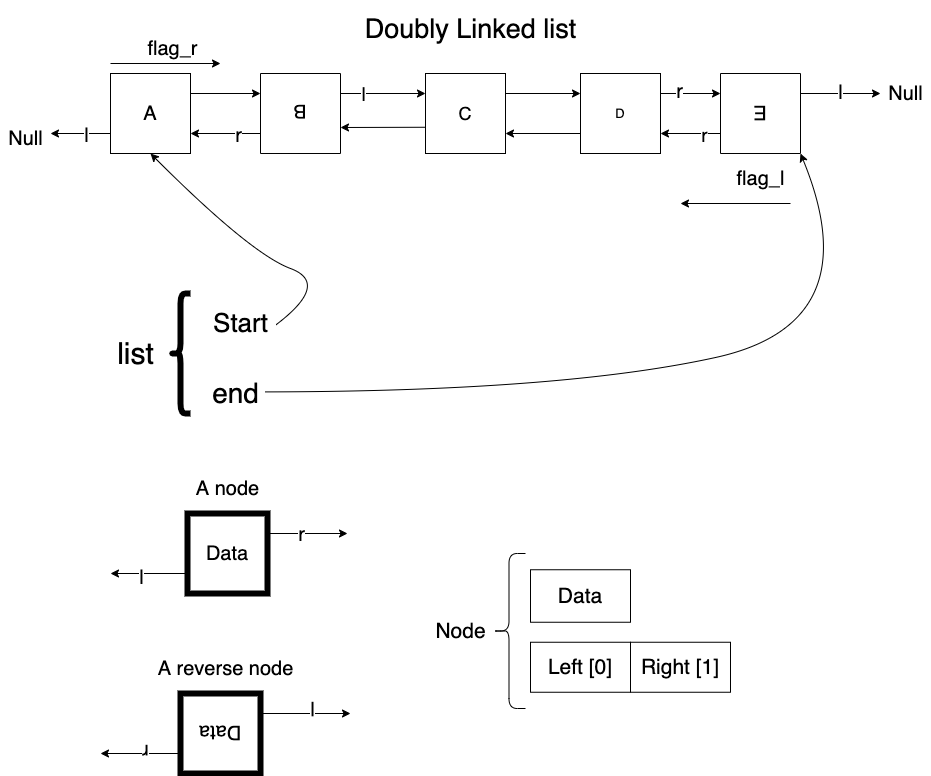
Above: img/Plan.png in stevengogogo/DSA-WastonAbili (draw.io), before the change. Source tidied: cells renumbered, new cells last; positions are measured from the earlier drawing's top-left corner, leaving out a move shared by most shapes. Source of this version:
```xml
<mxGraphModel>
  <root>
    <mxCell id="0" />
    <mxCell id="1" parent="0" />
    <mxCell id="2" value="B" style="whiteSpace=wrap;html=1;rotation=-180;fontSize=19;" parent="1" vertex="1">
      <mxGeometry x="260" y="70" width="80" height="80" as="geometry" />
    </mxCell>
    <mxCell id="3" value="Doubly Linked list" style="text;html=1;align=center;verticalAlign=middle;strokeWidth=6;spacing=4;fontSize=27;" parent="1" vertex="1">
      <mxGeometry x="350" width="240" height="50" as="geometry" />
    </mxCell>
    <mxCell id="4" value="C" style="whiteSpace=wrap;html=1;fontSize=18;" parent="1" vertex="1">
      <mxGeometry x="425" y="70" width="80" height="80" as="geometry" />
    </mxCell>
    <mxCell id="5" value="D" style="whiteSpace=wrap;html=1;fontSize=13;" parent="1" vertex="1">
      <mxGeometry x="580" y="70" width="80" height="80" as="geometry" />
    </mxCell>
    <mxCell id="6" style="endArrow=classic;html=1;exitX=1;exitY=0.25;exitDx=0;exitDy=0;entryX=0;entryY=0.25;entryDx=0;entryDy=0;" parent="1" edge="1" source="4" target="5">
      <mxGeometry relative="1" as="geometry" />
    </mxCell>
    <mxCell id="7" style="endArrow=classic;html=1;entryX=1;entryY=0.75;entryDx=0;entryDy=0;exitX=0;exitY=0.75;exitDx=0;exitDy=0;" parent="1" edge="1" source="5" target="4">
      <mxGeometry relative="1" as="geometry" />
    </mxCell>
    <mxCell id="8" style="endArrow=classic;html=1;entryX=0;entryY=0.25;entryDx=0;entryDy=0;exitX=0;exitY=0.75;exitDx=0;exitDy=0;" parent="1" edge="1" source="2" target="4">
      <mxGeometry relative="1" as="geometry" />
    </mxCell>
    <mxCell id="9" value="l" style="edgeLabel;html=1;align=center;verticalAlign=middle;fontSize=19;" parent="8" vertex="1">
      <mxGeometry x="-0.47" y="1" relative="1" as="geometry" />
    </mxCell>
    <mxCell id="10" style="endArrow=classic;html=1;exitX=-0.003;exitY=0.672;exitDx=0;exitDy=0;exitPerimeter=0;" parent="1" edge="1" source="4">
      <mxGeometry relative="1" as="geometry">
        <mxPoint x="340" y="124" as="targetPoint" />
      </mxGeometry>
    </mxCell>
    <mxCell id="11" value="A" style="whiteSpace=wrap;html=1;fontSize=20;" parent="1" vertex="1">
      <mxGeometry x="110" y="70" width="80" height="80" as="geometry" />
    </mxCell>
    <mxCell id="12" value="&lt;font style=&quot;font-size: 20px&quot;&gt;E&lt;/font&gt;" style="whiteSpace=wrap;html=1;fontSize=20;rotation=-180;" parent="1" vertex="1">
      <mxGeometry x="720" y="70" width="80" height="80" as="geometry" />
    </mxCell>
    <mxCell id="13" style="endArrow=classic;html=1;fontSize=20;exitX=1;exitY=0.25;exitDx=0;exitDy=0;entryX=1;entryY=0.75;entryDx=0;entryDy=0;" parent="1" edge="1" source="11" target="2">
      <mxGeometry relative="1" as="geometry" />
    </mxCell>
    <mxCell id="14" style="endArrow=classic;html=1;fontSize=20;entryX=1;entryY=0.75;entryDx=0;entryDy=0;exitX=1;exitY=0.25;exitDx=0;exitDy=0;" parent="1" edge="1" source="2" target="11">
      <mxGeometry relative="1" as="geometry" />
    </mxCell>
    <mxCell id="15" value="r" style="edgeLabel;html=1;align=center;verticalAlign=middle;fontSize=20;" parent="14" vertex="1">
      <mxGeometry x="-0.34" y="1" relative="1" as="geometry" />
    </mxCell>
    <mxCell id="16" style="endArrow=classic;html=1;fontSize=20;exitX=1;exitY=0.25;exitDx=0;exitDy=0;entryX=1;entryY=0.75;entryDx=0;entryDy=0;" parent="1" edge="1" source="5" target="12">
      <mxGeometry relative="1" as="geometry" />
    </mxCell>
    <mxCell id="17" value="r" style="edgeLabel;html=1;align=center;verticalAlign=middle;fontSize=20;" parent="16" vertex="1">
      <mxGeometry x="-0.39" y="3" relative="1" as="geometry" />
    </mxCell>
    <mxCell id="18" style="endArrow=classic;html=1;fontSize=20;entryX=1;entryY=0.75;entryDx=0;entryDy=0;exitX=1;exitY=0.25;exitDx=0;exitDy=0;" parent="1" edge="1" source="12" target="5">
      <mxGeometry relative="1" as="geometry" />
    </mxCell>
    <mxCell id="19" value="r" style="edgeLabel;html=1;align=center;verticalAlign=middle;fontSize=19;" parent="18" vertex="1">
      <mxGeometry x="-0.45" relative="1" as="geometry" />
    </mxCell>
    <mxCell id="20" style="endArrow=classic;html=1;fontSize=20;exitX=0;exitY=0.75;exitDx=0;exitDy=0;" parent="1" edge="1" source="11">
      <mxGeometry relative="1" as="geometry">
        <mxPoint x="50" y="130" as="targetPoint" />
      </mxGeometry>
    </mxCell>
    <mxCell id="21" value="l" style="edgeLabel;html=1;align=center;verticalAlign=middle;fontSize=20;" parent="20" vertex="1">
      <mxGeometry x="-0.16" y="1" relative="1" as="geometry" />
    </mxCell>
    <mxCell id="22" style="endArrow=classic;html=1;fontSize=20;exitX=0;exitY=0.75;exitDx=0;exitDy=0;" parent="1" edge="1" source="12">
      <mxGeometry relative="1" as="geometry">
        <mxPoint x="880" y="90" as="targetPoint" />
      </mxGeometry>
    </mxCell>
    <mxCell id="23" value="l" style="edgeLabel;html=1;align=center;verticalAlign=middle;fontSize=20;" parent="22" vertex="1">
      <mxGeometry x="-0.03" y="2" relative="1" as="geometry" />
    </mxCell>
    <mxCell id="24" value="Null" style="text;html=1;align=center;verticalAlign=middle;fontSize=20;" parent="1" vertex="1">
      <mxGeometry x="880" y="75" width="50" height="30" as="geometry" />
    </mxCell>
    <mxCell id="25" value="Null" style="text;html=1;align=center;verticalAlign=middle;fontSize=20;" parent="1" vertex="1">
      <mxGeometry y="120" width="50" height="30" as="geometry" />
    </mxCell>
    <mxCell id="26" value="flag_r" style="text;html=1;align=center;verticalAlign=middle;fontSize=20;" parent="1" vertex="1">
      <mxGeometry x="137" y="30" width="70" height="30" as="geometry" />
    </mxCell>
    <mxCell id="27" value="list" style="text;html=1;align=center;verticalAlign=middle;fontSize=30;" parent="1" vertex="1">
      <mxGeometry x="110" y="330" width="50" height="40" as="geometry" />
    </mxCell>
    <mxCell id="28" style="endArrow=classic;html=1;fontSize=30;" parent="1" edge="1">
      <mxGeometry relative="1" as="geometry">
        <mxPoint x="110" y="60" as="sourcePoint" />
        <mxPoint x="220" y="60" as="targetPoint" />
      </mxGeometry>
    </mxCell>
    <mxCell id="29" value="flag_l" style="text;html=1;align=center;verticalAlign=middle;fontSize=20;" parent="1" vertex="1">
      <mxGeometry x="730" y="160" width="60" height="30" as="geometry" />
    </mxCell>
    <mxCell id="30" style="endArrow=classic;html=1;fontSize=30;" parent="1" edge="1">
      <mxGeometry relative="1" as="geometry">
        <mxPoint x="790" y="200" as="sourcePoint" />
        <mxPoint x="680" y="200" as="targetPoint" />
      </mxGeometry>
    </mxCell>
    <mxCell id="31" style="shape=curlyBracket;whiteSpace=wrap;html=1;rounded=1;strokeWidth=6;fontSize=30;" parent="1" vertex="1">
      <mxGeometry x="170" y="290" width="20" height="120" as="geometry" />
    </mxCell>
    <mxCell id="32" value="Start" style="text;html=1;align=center;verticalAlign=middle;points=[];fontSize=26;" parent="1" vertex="1">
      <mxGeometry x="205" y="300" width="70" height="40" as="geometry" />
    </mxCell>
    <mxCell id="33" value="end" style="text;html=1;align=center;verticalAlign=middle;points=[];fontSize=28;" parent="1" vertex="1">
      <mxGeometry x="205" y="370" width="60" height="40" as="geometry" />
    </mxCell>
    <mxCell id="34" style="curved=1;endArrow=classic;html=1;fontSize=30;exitX=1.005;exitY=0.535;exitDx=0;exitDy=0;exitPerimeter=0;entryX=0.5;entryY=1;entryDx=0;entryDy=0;" parent="1" edge="1" source="32" target="11">
      <mxGeometry relative="1" as="geometry">
        <Array as="points">
          <mxPoint x="330" y="280" />
          <mxPoint x="250" y="250" />
        </Array>
      </mxGeometry>
    </mxCell>
    <mxCell id="35" style="curved=1;endArrow=classic;html=1;fontSize=30;exitX=0.991;exitY=0.46;exitDx=0;exitDy=0;exitPerimeter=0;entryX=0;entryY=0;entryDx=0;entryDy=0;" parent="1" edge="1" source="33" target="12">
      <mxGeometry relative="1" as="geometry">
        <Array as="points">
          <mxPoint x="560" y="388" />
          <mxPoint x="870" y="320" />
        </Array>
      </mxGeometry>
    </mxCell>
    <mxCell id="36" style="group;" parent="1" vertex="1">
      <mxGeometry x="425" y="550" width="305" height="155" as="geometry" />
    </mxCell>
    <mxCell id="37" value="Node" style="text;html=1;align=center;verticalAlign=middle;fontSize=21;" parent="36" vertex="1">
      <mxGeometry y="62.5" width="70" height="30" as="geometry" />
    </mxCell>
    <mxCell id="38" value="Data" style="rounded=0;whiteSpace=wrap;html=1;fontSize=21;" parent="36" vertex="1">
      <mxGeometry x="105" y="16.2" width="100" height="52.5" as="geometry" />
    </mxCell>
    <mxCell id="39" value="Left [0]" style="rounded=0;whiteSpace=wrap;html=1;fontSize=21;" parent="36" vertex="1">
      <mxGeometry x="105" y="88.8" width="100" height="50" as="geometry" />
    </mxCell>
    <mxCell id="40" style="shape=curlyBracket;whiteSpace=wrap;html=1;rounded=1;fontSize=28;" parent="36" vertex="1">
      <mxGeometry x="67" width="33" height="155" as="geometry" />
    </mxCell>
    <mxCell id="41" value="Right [1]" style="rounded=0;whiteSpace=wrap;html=1;fontSize=21;" parent="36" vertex="1">
      <mxGeometry x="205" y="88.8" width="100" height="50" as="geometry" />
    </mxCell>
    <mxCell id="42" style="group;" parent="1" vertex="1">
      <mxGeometry x="100" y="630" width="250" height="140" as="geometry" />
    </mxCell>
    <mxCell id="43" style="group;rotation=-180;" parent="42" vertex="1">
      <mxGeometry y="60" width="250" height="80" as="geometry" />
    </mxCell>
    <mxCell id="44" value="Data" style="whiteSpace=wrap;html=1;strokeWidth=6;fontSize=20;rotation=-180;" parent="43" vertex="1">
      <mxGeometry x="80" width="80" height="80" as="geometry" />
    </mxCell>
    <mxCell id="45" style="endArrow=classic;html=1;fontSize=20;exitX=0;exitY=0.75;exitDx=0;exitDy=0;" parent="43" edge="1" source="44">
      <mxGeometry relative="1" as="geometry">
        <mxPoint x="250" y="20" as="targetPoint" />
      </mxGeometry>
    </mxCell>
    <mxCell id="46" value="l" style="edgeLabel;html=1;align=center;verticalAlign=middle;fontSize=20;rotation=-180;" parent="45" vertex="1">
      <mxGeometry x="0.21" y="3" relative="1" as="geometry" />
    </mxCell>
    <mxCell id="47" style="endArrow=classic;html=1;fontSize=20;exitX=1;exitY=0.25;exitDx=0;exitDy=0;" parent="43" edge="1" source="44">
      <mxGeometry relative="1" as="geometry">
        <mxPoint y="60" as="targetPoint" />
      </mxGeometry>
    </mxCell>
    <mxCell id="48" value="r" style="edgeLabel;html=1;align=center;verticalAlign=middle;fontSize=20;rotation=-180;" parent="47" vertex="1">
      <mxGeometry x="-0.18" relative="1" as="geometry" />
    </mxCell>
    <mxCell id="49" value="A reverse node" style="text;html=1;align=center;verticalAlign=middle;fontSize=20;" parent="42" vertex="1">
      <mxGeometry x="50" y="20" width="150" height="30" as="geometry" />
    </mxCell>
    <mxCell id="50" style="group;" parent="1" vertex="1">
      <mxGeometry x="110" y="450" width="237" height="140" as="geometry" />
    </mxCell>
    <mxCell id="51" value="Data" style="whiteSpace=wrap;html=1;strokeWidth=6;fontSize=20;" parent="50" vertex="1">
      <mxGeometry x="77" y="60" width="80" height="80" as="geometry" />
    </mxCell>
    <mxCell id="52" style="endArrow=classic;html=1;fontSize=20;exitX=0;exitY=0.75;exitDx=0;exitDy=0;" parent="50" edge="1" source="51">
      <mxGeometry relative="1" as="geometry">
        <mxPoint y="120" as="targetPoint" />
      </mxGeometry>
    </mxCell>
    <mxCell id="53" value="l" style="edgeLabel;html=1;align=center;verticalAlign=middle;fontSize=20;" parent="52" vertex="1">
      <mxGeometry x="0.21" y="3" relative="1" as="geometry" />
    </mxCell>
    <mxCell id="54" style="endArrow=classic;html=1;fontSize=20;exitX=1;exitY=0.25;exitDx=0;exitDy=0;" parent="50" edge="1" source="51">
      <mxGeometry relative="1" as="geometry">
        <mxPoint x="237" y="80" as="targetPoint" />
      </mxGeometry>
    </mxCell>
    <mxCell id="55" value="r" style="edgeLabel;html=1;align=center;verticalAlign=middle;fontSize=20;" parent="54" vertex="1">
      <mxGeometry x="-0.18" relative="1" as="geometry" />
    </mxCell>
    <mxCell id="56" value="A node" style="text;html=1;align=center;verticalAlign=middle;fontSize=20;" parent="50" vertex="1">
      <mxGeometry x="77" y="20" width="80" height="30" as="geometry" />
    </mxCell>
  </root>
</mxGraphModel>
```
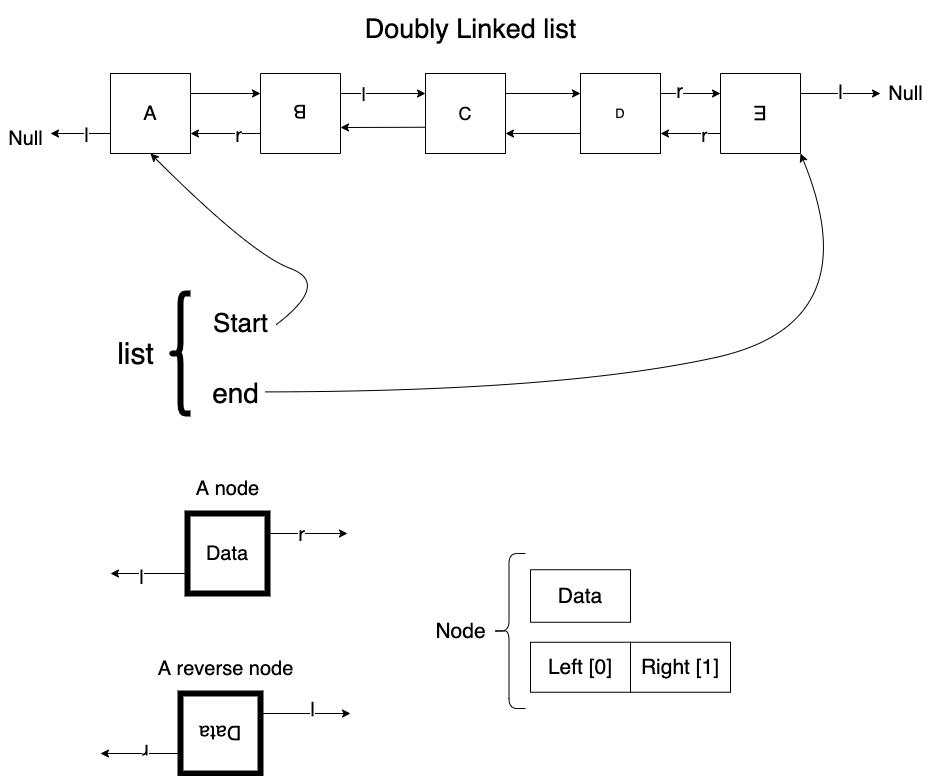
Above is the later version.

Diff of the diagram source:
```diff
@@ -80,27 +80,9 @@
     <mxCell id="25" value="Null" style="text;html=1;align=center;verticalAlign=middle;fontSize=20;" parent="1" vertex="1">
       <mxGeometry y="120" width="50" height="30" as="geometry" />
     </mxCell>
-    <mxCell id="26" value="flag_r" style="text;html=1;align=center;verticalAlign=middle;fontSize=20;" parent="1" vertex="1">
-      <mxGeometry x="137" y="30" width="70" height="30" as="geometry" />
-    </mxCell>
     <mxCell id="27" value="list" style="text;html=1;align=center;verticalAlign=middle;fontSize=30;" parent="1" vertex="1">
       <mxGeometry x="110" y="330" width="50" height="40" as="geometry" />
     </mxCell>
-    <mxCell id="28" style="endArrow=classic;html=1;fontSize=30;" parent="1" edge="1">
-      <mxGeometry relative="1" as="geometry">
-        <mxPoint x="110" y="60" as="sourcePoint" />
-        <mxPoint x="220" y="60" as="targetPoint" />
-      </mxGeometry>
-    </mxCell>
-    <mxCell id="29" value="flag_l" style="text;html=1;align=center;verticalAlign=middle;fontSize=20;" parent="1" vertex="1">
-      <mxGeometry x="730" y="160" width="60" height="30" as="geometry" />
-    </mxCell>
-    <mxCell id="30" style="endArrow=classic;html=1;fontSize=30;" parent="1" edge="1">
-      <mxGeometry relative="1" as="geometry">
-        <mxPoint x="790" y="200" as="sourcePoint" />
-        <mxPoint x="680" y="200" as="targetPoint" />
-      </mxGeometry>
-    </mxCell>
     <mxCell id="31" style="shape=curlyBracket;whiteSpace=wrap;html=1;rounded=1;strokeWidth=6;fontSize=30;" parent="1" vertex="1">
       <mxGeometry x="170" y="290" width="20" height="120" as="geometry" />
     </mxCell>
```
